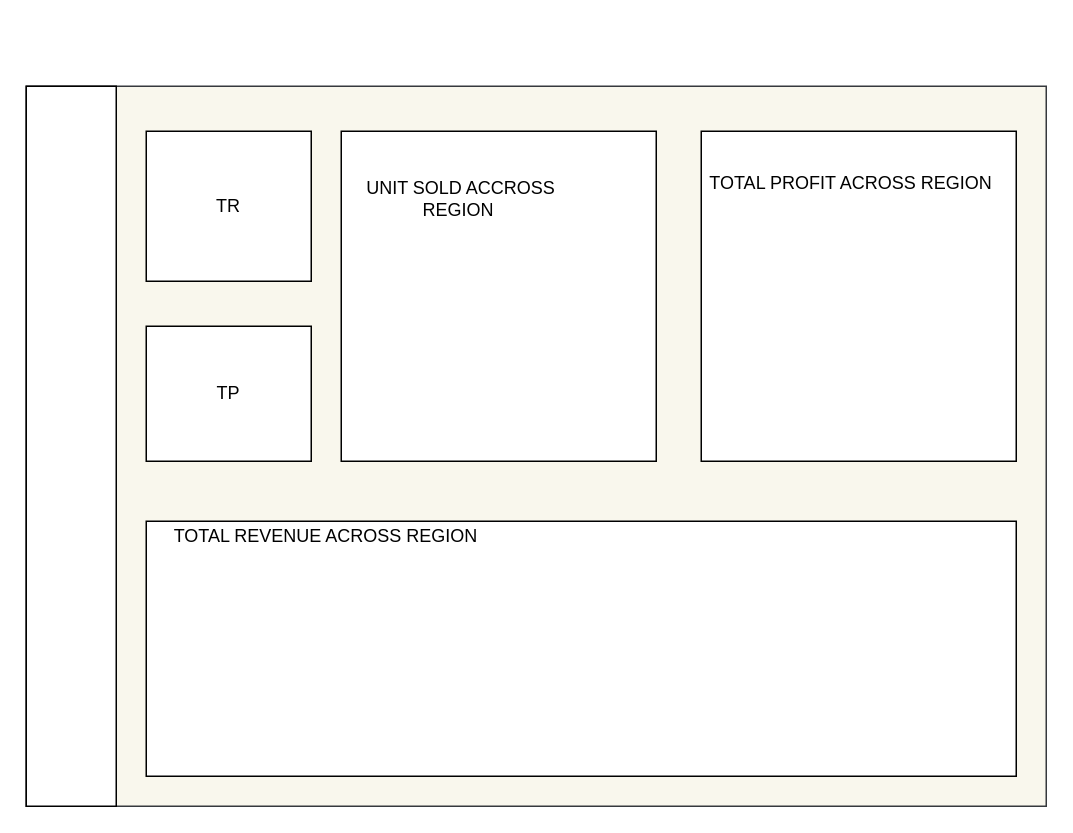
Bumzeal/SALES-PERFORMANCE-ANALYSIS keeps this draw.io diagram as page "Region Performance" (2 of 5) of Untitled Diagram.drawio. Above is the earlier version. Source tidied: cells renumbered, new cells numbered last; positions are measured from the earlier drawing's top-left corner, leaving out a move shared by most shapes. Both pictures are drawn from the tidied source at 150%, with x=0, y=0 at pixel (26, 86).
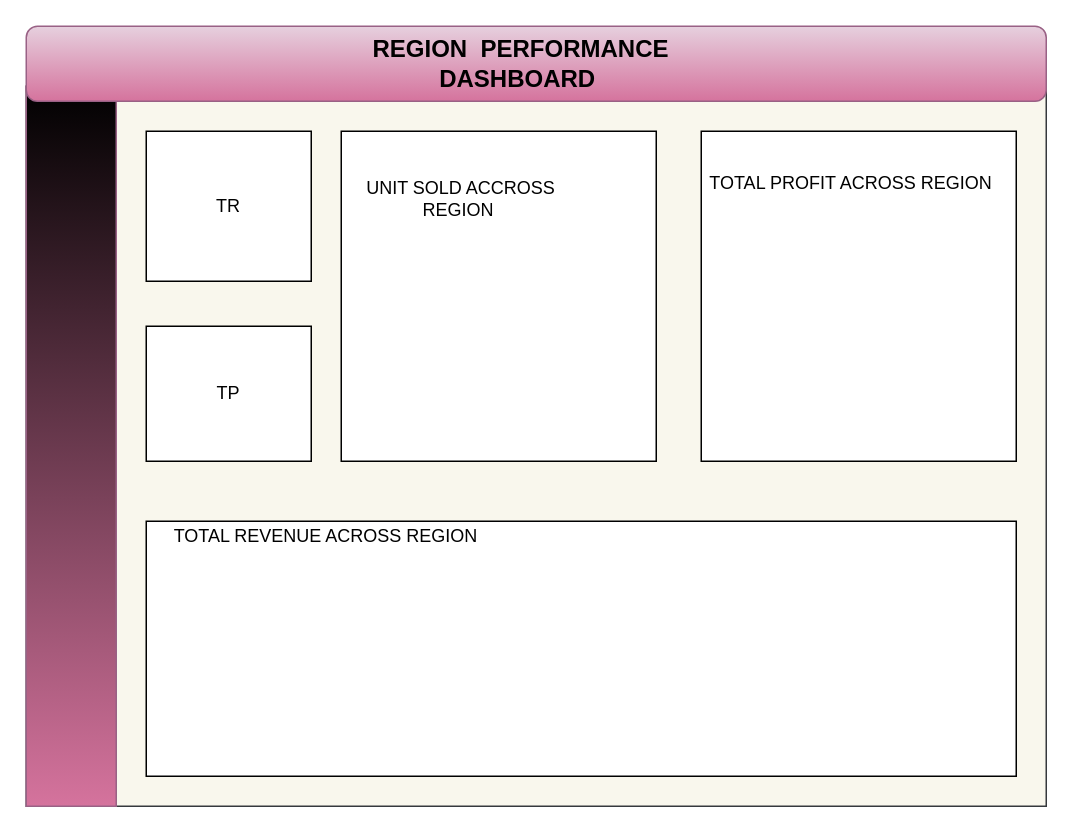
After the change.

Diff of the diagram source:
```diff
@@
 <mxGraphModel>
   <root>
     <mxCell id="0" />
     <mxCell id="1" parent="0" />
     <mxCell id="2" style="rounded=0;whiteSpace=wrap;html=1;fillColor=#f9f7ed;strokeColor=#36393d;" parent="1" vertex="1">
       <mxGeometry width="680" height="480" as="geometry" />
     </mxCell>
     <mxCell id="3" value="TR" style="rounded=0;whiteSpace=wrap;html=1;" parent="1" vertex="1">
       <mxGeometry x="80" y="30" width="110" height="100" as="geometry" />
     </mxCell>
     <mxCell id="4" value="TP" style="rounded=0;whiteSpace=wrap;html=1;" parent="1" vertex="1">
       <mxGeometry x="80" y="160" width="110" height="90" as="geometry" />
     </mxCell>
     <mxCell id="5" style="rounded=0;whiteSpace=wrap;html=1;" parent="1" vertex="1">
       <mxGeometry x="80" y="290" width="580" height="170" as="geometry" />
     </mxCell>
-    <mxCell id="6" style="rounded=0;whiteSpace=wrap;html=1;" parent="1" vertex="1">
-      <mxGeometry width="60" height="480" as="geometry" />
-    </mxCell>
     <mxCell id="7" style="rounded=0;whiteSpace=wrap;html=1;" parent="1" vertex="1">
       <mxGeometry x="450" y="30" width="210" height="220" as="geometry" />
     </mxCell>
     <mxCell id="8" value="TOTAL REVENUE ACROSS REGION" style="text;html=1;strokeColor=none;fillColor=none;align=center;verticalAlign=middle;whiteSpace=wrap;rounded=0;" parent="1" vertex="1">
       <mxGeometry x="55" y="290" width="290" height="20" as="geometry" />
     </mxCell>
     <mxCell id="9" value="TOTAL PROFIT ACROSS REGION" style="text;html=1;strokeColor=none;fillColor=none;align=center;verticalAlign=middle;whiteSpace=wrap;rounded=0;" parent="1" vertex="1">
       <mxGeometry x="440" y="50" width="220" height="30" as="geometry" />
     </mxCell>
     <mxCell id="10" style="rounded=0;whiteSpace=wrap;html=1;" parent="1" vertex="1">
       <mxGeometry x="210" y="30" width="210" height="220" as="geometry" />
     </mxCell>
     <mxCell id="11" value="UNIT SOLD ACCROSS REGION&amp;nbsp;" style="text;html=1;strokeColor=none;fillColor=none;align=center;verticalAlign=middle;whiteSpace=wrap;rounded=0;" parent="1" vertex="1">
       <mxGeometry x="200" y="60" width="180" height="30" as="geometry" />
     </mxCell>
+    <mxCell id="12" style="rounded=0;whiteSpace=wrap;html=1;fillColor=#000000;gradientColor=#d5739d;strokeColor=#996185;" parent="1" vertex="1">
+      <mxGeometry width="60" height="480" as="geometry" />
+    </mxCell>
+    <mxCell id="13" style="rounded=1;whiteSpace=wrap;html=1;fillColor=#e6d0de;strokeColor=#996185;gradientColor=#d5739d;" parent="1" vertex="1">
+      <mxGeometry y="-40" width="680" height="50" as="geometry" />
+    </mxCell>
+    <mxCell id="14" value="&lt;font style=&quot;font-size: 16px;&quot;&gt;&lt;b&gt;REGION&amp;nbsp; PERFORMANCE DASHBOARD&amp;nbsp;&lt;/b&gt;&lt;/font&gt;" style="text;html=1;strokeColor=none;fillColor=none;align=center;verticalAlign=middle;whiteSpace=wrap;rounded=0;" parent="1" vertex="1">
+      <mxGeometry x="200" y="-30" width="260" height="30" as="geometry" />
+    </mxCell>
   </root>
 </mxGraphModel>
```
